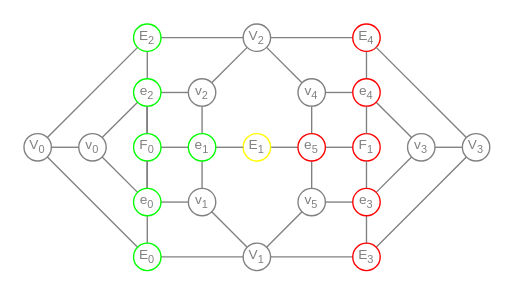
The draw.io diagram wiki/MeshGraphShared.drawio in YoanWithY/kayo, before the edit. Source tidied: cells renumbered, new cells numbered last; positions are measured from the earlier drawing's top-left corner, leaving out a move shared by most shapes. Both pictures are drawn from the tidied source at 137%, with x=0, y=0 at pixel (23, 23).
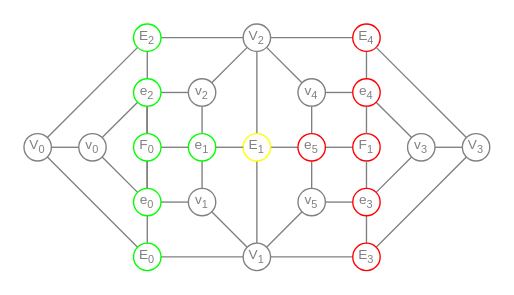
The same diagram, later.

Unchanged cells that the change refers to:
```xml
<mxCell id="10" value="E&lt;sub style=&quot;&quot;&gt;&lt;font style=&quot;font-size: 8px;&quot;&gt;1&lt;/font&gt;&lt;/sub&gt;" style="ellipse;whiteSpace=wrap;html=1;fontSize=10;fillColor=none;strokeColor=#FFFF00;fontColor=#808080;" parent="1" vertex="1">
  <mxGeometry x="160" y="80" width="20" height="20" as="geometry" />
</mxCell>
<mxCell id="19" value="V&lt;sub style=&quot;&quot;&gt;&lt;font style=&quot;font-size: 8px;&quot;&gt;1&lt;/font&gt;&lt;/sub&gt;" style="ellipse;whiteSpace=wrap;html=1;fontSize=10;fillColor=none;strokeColor=#808080;fontColor=#808080;" parent="1" vertex="1">
  <mxGeometry x="160" y="160" width="20" height="20" as="geometry" />
</mxCell>
<mxCell id="22" value="V&lt;sub style=&quot;&quot;&gt;&lt;font style=&quot;font-size: 8px;&quot;&gt;2&lt;/font&gt;&lt;/sub&gt;" style="ellipse;whiteSpace=wrap;html=1;fontSize=10;fillColor=none;strokeColor=#808080;fontColor=#808080;" parent="1" vertex="1">
  <mxGeometry x="160" width="20" height="20" as="geometry" />
</mxCell>
```

Change to the diagram source:
```diff
@@
+    <mxCell id="68" style="edgeStyle=none;shape=connector;rounded=0;html=1;labelBackgroundColor=default;strokeColor=#808080;fontFamily=Helvetica;fontSize=8;fontColor=#808080;endArrow=none;endFill=0;" parent="1" edge="1" source="10" target="22">
+      <mxGeometry relative="1" as="geometry" />
+    </mxCell>
+    <mxCell id="69" style="edgeStyle=none;shape=connector;rounded=0;html=1;labelBackgroundColor=default;strokeColor=#808080;fontFamily=Helvetica;fontSize=8;fontColor=#808080;endArrow=none;endFill=0;" parent="1" edge="1" source="10" target="19">
+      <mxGeometry relative="1" as="geometry" />
+    </mxCell>
```
